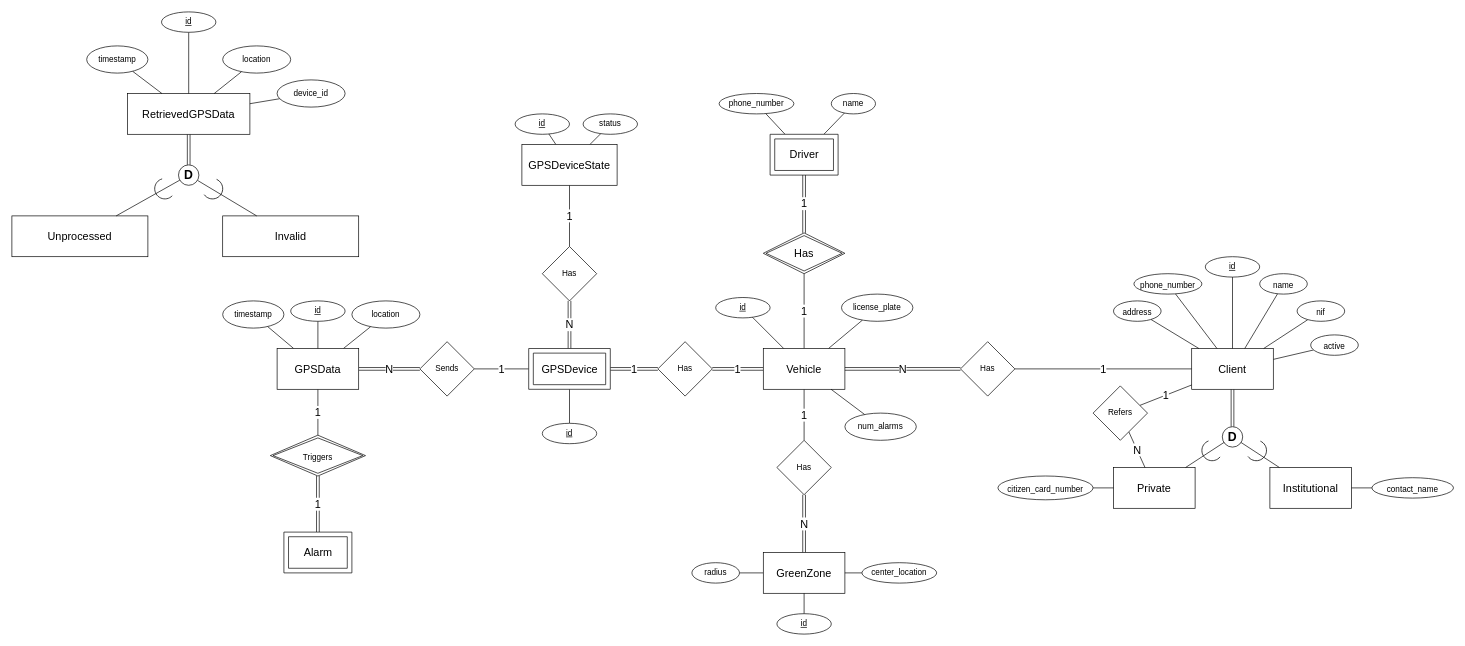
bodybuilders-team/isel-leic-si-g03 keeps this draw.io diagram as data-model/conceptual-model/conceptual-model.drawio. Above is the earlier version. Source tidied: cells renumbered, new cells numbered last; positions are measured from the earlier drawing's top-left corner, leaving out a move shared by most shapes. Both pictures are drawn from the tidied source at 68%, with x=0, y=0 at pixel (12, 12).
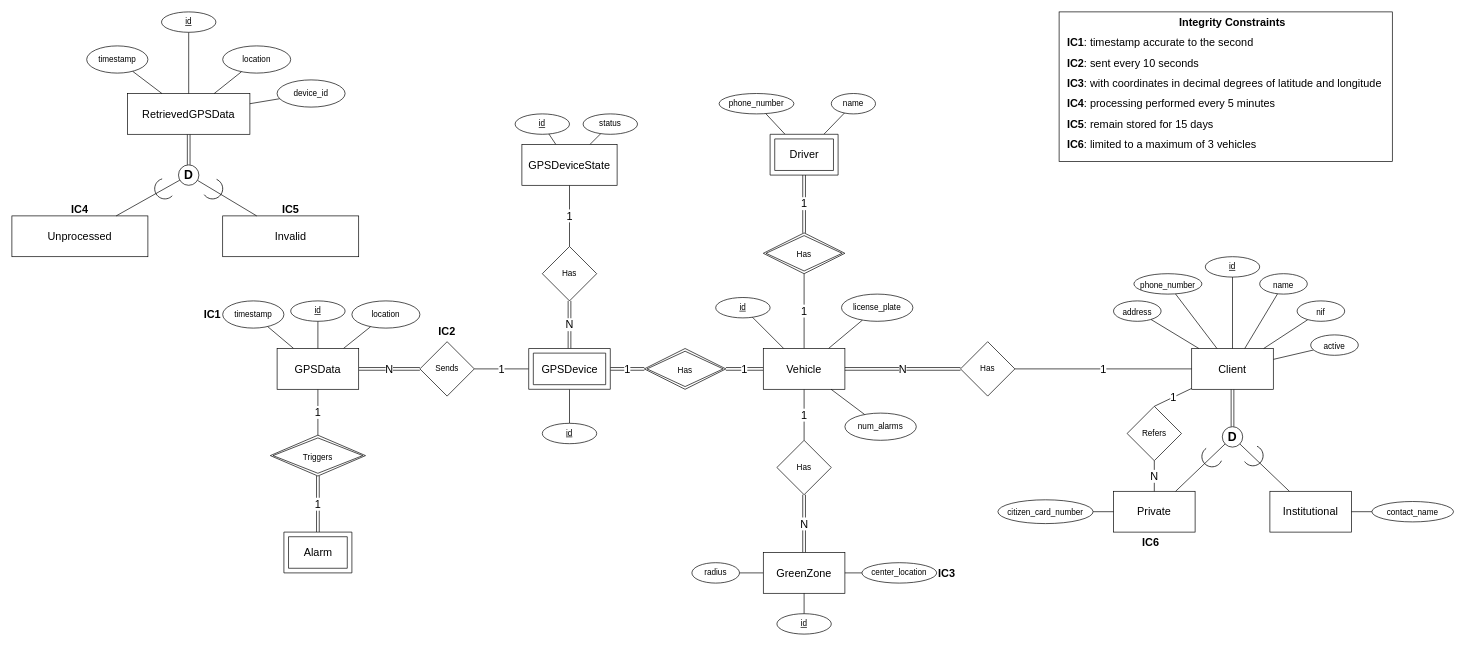
After the change.

The change refers to these unchanged cells:
```xml
<mxCell id="4" value="&lt;span style=&quot;font-size: 16px&quot;&gt;Client&lt;/span&gt;" style="rounded=0;whiteSpace=wrap;html=1;" parent="1" vertex="1">
  <mxGeometry x="1735" y="495" width="120" height="60" as="geometry" />
</mxCell>
```

Change to the diagram source:
```diff
@@
+    <mxCell id="104" style="rounded=0;whiteSpace=wrap;html=1;fontSize=16;" parent="1" vertex="1">
+      <mxGeometry x="1540" width="490" height="220" as="geometry" />
+    </mxCell>
@@
     <mxCell id="5" value="&lt;font style=&quot;font-size: 16px&quot;&gt;Institutional&lt;/font&gt;" style="rounded=0;whiteSpace=wrap;html=1;" parent="1" vertex="1">
-      <mxGeometry x="1850" y="670" width="120" height="60" as="geometry" />
+      <mxGeometry x="1850" y="705" width="120" height="60" as="geometry" />
     </mxCell>
     <mxCell id="6" value="&lt;font style=&quot;font-size: 16px&quot;&gt;Private&lt;/font&gt;" style="rounded=0;whiteSpace=wrap;html=1;" parent="1" vertex="1">
-      <mxGeometry x="1620" y="670" width="120" height="60" as="geometry" />
+      <mxGeometry x="1620" y="705" width="120" height="60" as="geometry" />
     </mxCell>
@@
     <mxCell id="19" value="&lt;font style=&quot;font-size: 12px&quot;&gt;contact_name&lt;/font&gt;" style="ellipse;whiteSpace=wrap;html=1;fontSize=18;" parent="1" vertex="1">
-      <mxGeometry x="2000" y="685" width="120" height="30" as="geometry" />
+      <mxGeometry x="2000" y="720" width="120" height="30" as="geometry" />
     </mxCell>
@@
     <mxCell id="21" value="&lt;font style=&quot;font-size: 12px&quot;&gt;citizen_card_number&lt;/font&gt;" style="ellipse;whiteSpace=wrap;html=1;fontSize=18;" parent="1" vertex="1">
-      <mxGeometry x="1450" y="682.5" width="140" height="35" as="geometry" />
+      <mxGeometry x="1450" y="717.5" width="140" height="35" as="geometry" />
     </mxCell>
@@
-    <mxCell id="34" value="Has" style="rhombus;whiteSpace=wrap;html=1;rounded=0;" parent="1" vertex="1">
-      <mxGeometry x="950" y="485" width="80" height="80" as="geometry" />
-    </mxCell>
@@
-    <mxCell id="92" value="1" style="edgeStyle=none;rounded=0;jettySize=auto;html=1;labelBackgroundColor=default;fontFamily=Helvetica;fontSize=16;fontColor=default;startArrow=none;startFill=0;endArrow=none;endFill=0;strokeColor=default;" parent="1" edge="1" source="4" target="94">
+    <mxCell id="92" value="1" style="edgeStyle=none;rounded=0;jettySize=auto;html=1;labelBackgroundColor=default;fontFamily=Helvetica;fontSize=16;fontColor=default;startArrow=none;startFill=0;endArrow=none;endFill=0;strokeColor=default;entryX=0.5;entryY=0;entryDx=0;entryDy=0;" parent="1" edge="1" source="4" target="94">
       <mxGeometry relative="1" as="geometry" />
     </mxCell>
-    <mxCell id="93" value="N" style="edgeStyle=none;rounded=0;jettySize=auto;html=1;labelBackgroundColor=default;fontFamily=Helvetica;fontSize=16;fontColor=default;startArrow=none;startFill=0;endArrow=none;endFill=0;strokeColor=default;" parent="1" edge="1" source="94" target="6">
+    <mxCell id="93" value="N" style="edgeStyle=none;rounded=0;jettySize=auto;html=1;labelBackgroundColor=default;fontFamily=Helvetica;fontSize=16;fontColor=default;startArrow=none;startFill=0;endArrow=none;endFill=0;strokeColor=default;exitX=0.5;exitY=1;exitDx=0;exitDy=0;" parent="1" edge="1" source="94" target="6">
       <mxGeometry relative="1" as="geometry" />
     </mxCell>
     <mxCell id="94" value="Refers" style="rhombus;whiteSpace=wrap;html=1;rounded=0;" parent="1" vertex="1">
-      <mxGeometry x="1590" y="550" width="80" height="80" as="geometry" />
+      <mxGeometry x="1640" y="580" width="80" height="80" as="geometry" />
     </mxCell>
-    <mxCell id="95" style="verticalLabelPosition=bottom;verticalAlign=top;html=1;shape=mxgraph.basic.arc;startAngle=0.39939211870662633;endAngle=0.9841372412847232;fontFamily=Helvetica;fontSize=16;fontColor=default;rotation=-15;" parent="1" vertex="1">
-      <mxGeometry x="1750" y="630" width="30" height="30" as="geometry" />
+    <mxCell id="95" style="verticalLabelPosition=bottom;verticalAlign=top;html=1;shape=mxgraph.basic.arc;startAngle=0.39939211870662633;endAngle=0.9841372412847232;fontFamily=Helvetica;fontSize=16;fontColor=default;rotation=-30;" parent="1" vertex="1">
+      <mxGeometry x="1750" y="639" width="30" height="30" as="geometry" />
     </mxCell>
     <mxCell id="96" style="verticalLabelPosition=bottom;verticalAlign=top;html=1;shape=mxgraph.basic.arc;startAngle=0.39939211870662633;endAngle=0.9841372412847232;fontFamily=Helvetica;fontSize=16;fontColor=default;rotation=-120;" parent="1" vertex="1">
-      <mxGeometry x="1815" y="630" width="30" height="30" as="geometry" />
+      <mxGeometry x="1810" y="637.5" width="30" height="30" as="geometry" />
     </mxCell>
@@
-    <mxCell id="101" value="Has" style="shape=rhombus;double=1;perimeter=rhombusPerimeter;whiteSpace=wrap;html=1;align=center;rounded=0;fontFamily=Helvetica;fontSize=16;fontColor=default;strokeColor=default;" parent="1" vertex="1">
+    <mxCell id="101" value="&lt;font style=&quot;font-size: 12px&quot;&gt;Has&lt;/font&gt;" style="shape=rhombus;double=1;perimeter=rhombusPerimeter;whiteSpace=wrap;html=1;align=center;rounded=0;fontFamily=Helvetica;fontSize=16;fontColor=default;strokeColor=default;" parent="1" vertex="1">
       <mxGeometry x="1105" y="325" width="120" height="60" as="geometry" />
     </mxCell>
@@
+    <mxCell id="34" value="&lt;font style=&quot;font-size: 12px&quot;&gt;Has&lt;/font&gt;" style="shape=rhombus;double=1;perimeter=rhombusPerimeter;whiteSpace=wrap;html=1;align=center;rounded=0;fontFamily=Helvetica;fontSize=16;fontColor=default;strokeColor=default;" parent="1" vertex="1">
+      <mxGeometry x="930" y="495" width="120" height="60" as="geometry" />
+    </mxCell>
+    <mxCell id="105" value="&lt;span style=&quot;font-size: 16px&quot;&gt;&lt;b&gt;IC1&lt;/b&gt;:&amp;nbsp;&lt;/span&gt;&lt;span style=&quot;font-size: 16px&quot;&gt;timestamp accurate to the second&lt;/span&gt;" style="text;html=1;strokeColor=none;fillColor=none;align=left;verticalAlign=middle;whiteSpace=wrap;rounded=0;" parent="1" vertex="1">
+      <mxGeometry x="1550" y="30" width="450" height="30" as="geometry" />
+    </mxCell>
+    <mxCell id="106" value="&lt;b&gt;IC1&lt;/b&gt;" style="text;html=1;strokeColor=none;fillColor=none;align=center;verticalAlign=middle;whiteSpace=wrap;rounded=0;fontSize=16;" parent="1" vertex="1">
+      <mxGeometry x="270" y="430" width="50" height="30" as="geometry" />
+    </mxCell>
+    <mxCell id="107" value="&lt;span style=&quot;font-size: 16px&quot;&gt;&lt;b&gt;IC2&lt;/b&gt;:&amp;nbsp;&lt;/span&gt;&lt;span style=&quot;font-size: 16px&quot;&gt;sent every 10 seconds&lt;/span&gt;" style="text;html=1;strokeColor=none;fillColor=none;align=left;verticalAlign=middle;whiteSpace=wrap;rounded=0;" parent="1" vertex="1">
+      <mxGeometry x="1550" y="60" width="450" height="30" as="geometry" />
+    </mxCell>
+    <mxCell id="108" value="&lt;b&gt;IC2&lt;/b&gt;" style="text;html=1;strokeColor=none;fillColor=none;align=center;verticalAlign=middle;whiteSpace=wrap;rounded=0;fontSize=16;" parent="1" vertex="1">
+      <mxGeometry x="615" y="455" width="50" height="30" as="geometry" />
+    </mxCell>
+    <mxCell id="109" value="&lt;span style=&quot;font-size: 16px&quot;&gt;&lt;b&gt;IC3&lt;/b&gt;:&amp;nbsp;&lt;/span&gt;&lt;span style=&quot;font-size: 16px&quot;&gt;with coordinates in decimal degrees of latitude and longitude&lt;/span&gt;" style="text;html=1;strokeColor=none;fillColor=none;align=left;verticalAlign=middle;whiteSpace=wrap;rounded=0;" parent="1" vertex="1">
+      <mxGeometry x="1550" y="90" width="470" height="30" as="geometry" />
+    </mxCell>
+    <mxCell id="110" value="&lt;b&gt;IC3&lt;/b&gt;" style="text;html=1;strokeColor=none;fillColor=none;align=center;verticalAlign=middle;whiteSpace=wrap;rounded=0;fontSize=16;" parent="1" vertex="1">
+      <mxGeometry x="1350" y="810" width="50" height="30" as="geometry" />
+    </mxCell>
+    <mxCell id="111" value="&lt;span style=&quot;font-size: 16px&quot;&gt;&lt;b&gt;IC4&lt;/b&gt;:&amp;nbsp;&lt;/span&gt;&lt;span style=&quot;font-size: 16px&quot;&gt;processing performed every 5 minutes&lt;/span&gt;" style="text;html=1;strokeColor=none;fillColor=none;align=left;verticalAlign=middle;whiteSpace=wrap;rounded=0;" parent="1" vertex="1">
+      <mxGeometry x="1550" y="120" width="480" height="30" as="geometry" />
+    </mxCell>
+    <mxCell id="112" value="&lt;b&gt;IC4&lt;/b&gt;" style="text;html=1;strokeColor=none;fillColor=none;align=center;verticalAlign=middle;whiteSpace=wrap;rounded=0;fontSize=16;" parent="1" vertex="1">
+      <mxGeometry x="75" y="275" width="50" height="30" as="geometry" />
+    </mxCell>
+    <mxCell id="113" value="&lt;span style=&quot;font-size: 16px&quot;&gt;&lt;b&gt;IC5&lt;/b&gt;:&amp;nbsp;&lt;/span&gt;&lt;span style=&quot;font-size: 16px&quot;&gt;remain stored for 15 days&lt;/span&gt;" style="text;html=1;strokeColor=none;fillColor=none;align=left;verticalAlign=middle;whiteSpace=wrap;rounded=0;" parent="1" vertex="1">
+      <mxGeometry x="1550" y="150" width="480" height="30" as="geometry" />
+    </mxCell>
+    <mxCell id="114" value="&lt;b&gt;IC5&lt;/b&gt;" style="text;html=1;strokeColor=none;fillColor=none;align=center;verticalAlign=middle;whiteSpace=wrap;rounded=0;fontSize=16;" parent="1" vertex="1">
+      <mxGeometry x="385" y="275" width="50" height="30" as="geometry" />
+    </mxCell>
+    <mxCell id="115" value="&lt;span style=&quot;font-size: 16px&quot;&gt;&lt;b&gt;IC6&lt;/b&gt;:&amp;nbsp;&lt;/span&gt;&lt;span style=&quot;font-size: 16px&quot;&gt;limited to a maximum of 3 vehicles&lt;/span&gt;" style="text;html=1;strokeColor=none;fillColor=none;align=left;verticalAlign=middle;whiteSpace=wrap;rounded=0;" parent="1" vertex="1">
+      <mxGeometry x="1550" y="180" width="480" height="30" as="geometry" />
+    </mxCell>
+    <mxCell id="116" value="&lt;b&gt;IC6&lt;/b&gt;" style="text;html=1;strokeColor=none;fillColor=none;align=center;verticalAlign=middle;whiteSpace=wrap;rounded=0;fontSize=16;" parent="1" vertex="1">
+      <mxGeometry x="1650" y="765" width="50" height="30" as="geometry" />
+    </mxCell>
+    <mxCell id="117" value="&lt;b&gt;Integrity Constraints&lt;/b&gt;" style="text;html=1;strokeColor=none;fillColor=none;align=center;verticalAlign=middle;whiteSpace=wrap;rounded=0;fontSize=16;" parent="1" vertex="1">
+      <mxGeometry x="1685" width="220" height="30" as="geometry" />
+    </mxCell>
```
